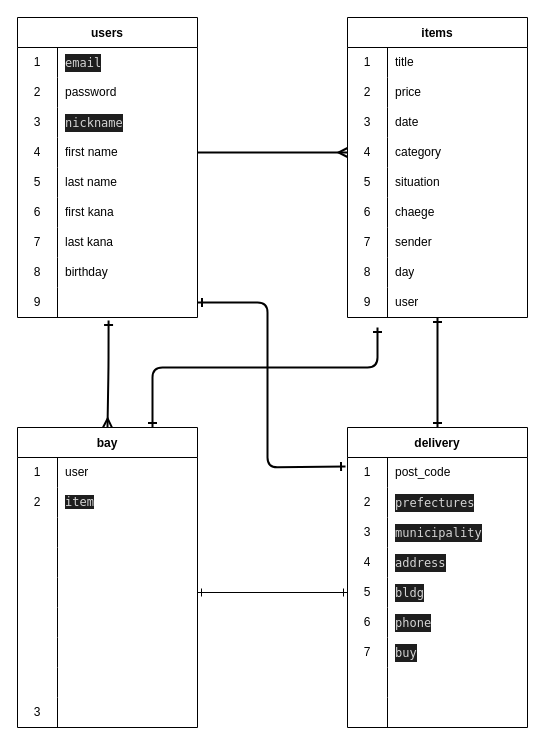
Earlier version of the draw.io diagram datebase.dio (kaito-2327/furima-39234). Source tidied: cells renumbered, new cells numbered last; positions are measured from the earlier drawing's top-left corner, leaving out a move shared by most shapes. Both pictures are drawn from the tidied source at 100%, with x=0, y=0 at pixel (17, 17).
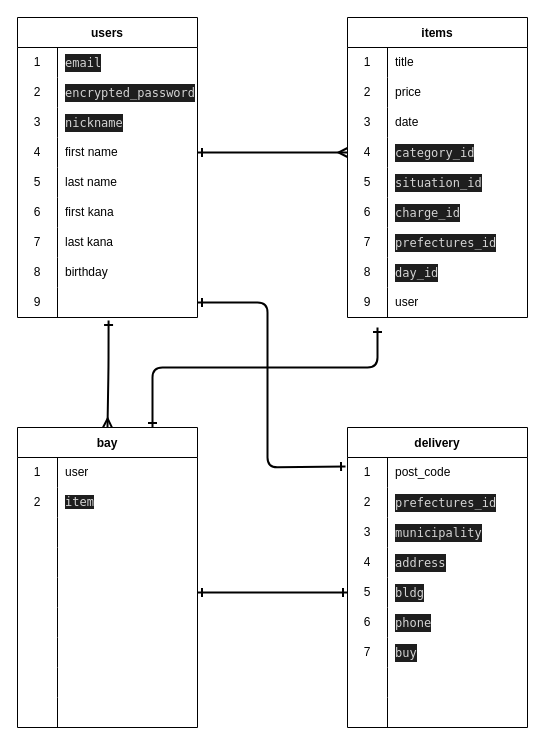
The same diagram, later.

Unchanged cells that the change refers to:
```xml
<mxCell id="6" style="shape=tableRow;horizontal=0;startSize=0;swimlaneHead=0;swimlaneBody=0;top=0;left=0;bottom=0;right=0;fillColor=none;" parent="2" vertex="1">
  <mxGeometry y="60" width="180" height="30" as="geometry" />
</mxCell>
<mxCell id="12" style="shape=tableRow;horizontal=0;startSize=0;swimlaneHead=0;swimlaneBody=0;top=0;left=0;bottom=0;right=0;fillColor=none;points=[[0,0.5],[1,0.5]];portConstraint=eastwest;" parent="2" vertex="1">
  <mxGeometry y="120" width="180" height="30" as="geometry" />
</mxCell>
<mxCell id="40" style="shape=tableRow;horizontal=0;startSize=0;swimlaneHead=0;swimlaneBody=0;top=0;left=0;bottom=0;right=0;fillColor=none;points=[[0,0.5],[1,0.5]];portConstraint=eastwest;" parent="30" vertex="1">
  <mxGeometry y="120" width="180" height="30" as="geometry" />
</mxCell>
<mxCell id="43" style="shape=tableRow;horizontal=0;startSize=0;swimlaneHead=0;swimlaneBody=0;top=0;left=0;bottom=0;right=0;fillColor=none;" parent="30" vertex="1">
  <mxGeometry y="150" width="180" height="30" as="geometry" />
</mxCell>
<mxCell id="46" style="shape=tableRow;horizontal=0;startSize=0;swimlaneHead=0;swimlaneBody=0;top=0;left=0;bottom=0;right=0;fillColor=none;" parent="30" vertex="1">
  <mxGeometry y="180" width="180" height="30" as="geometry" />
</mxCell>
<mxCell id="49" style="shape=tableRow;horizontal=0;startSize=0;swimlaneHead=0;swimlaneBody=0;top=0;left=0;bottom=0;right=0;fillColor=none;" parent="30" vertex="1">
  <mxGeometry y="210" width="180" height="30" as="geometry" />
</mxCell>
<mxCell id="52" style="shape=tableRow;horizontal=0;startSize=0;swimlaneHead=0;swimlaneBody=0;top=0;left=0;bottom=0;right=0;fillColor=none;" parent="30" vertex="1">
  <mxGeometry y="240" width="180" height="30" as="geometry" />
</mxCell>
<mxCell id="55" style="shape=tableRow;horizontal=0;startSize=0;swimlaneHead=0;swimlaneBody=0;top=0;left=0;bottom=0;right=0;fillColor=none;points=[[0,0.5],[1,0.5]];portConstraint=eastwest;" parent="30" vertex="1">
  <mxGeometry y="270" width="180" height="30" as="geometry" />
</mxCell>
<mxCell id="73" style="shape=tableRow;horizontal=0;startSize=0;swimlaneHead=0;swimlaneBody=0;top=0;left=0;bottom=0;right=0;fillColor=none;points=[[0,0.5],[1,0.5]];portConstraint=eastwest;" parent="60" vertex="1">
  <mxGeometry y="150" width="180" height="30" as="geometry" />
</mxCell>
<mxCell id="85" style="shape=tableRow;horizontal=0;startSize=0;swimlaneHead=0;swimlaneBody=0;top=0;left=0;bottom=0;right=0;fillColor=none;" parent="60" vertex="1">
  <mxGeometry y="270" width="180" height="30" as="geometry" />
</mxCell>
<mxCell id="89" value="delivery" style="shape=table;startSize=30;childLayout=tableLayout;rowLines=0;fontStyle=1;" parent="1" vertex="1">
  <mxGeometry x="330" y="410" width="180" height="300" as="geometry" />
</mxCell>
<mxCell id="93" style="shape=tableRow;horizontal=0;startSize=0;swimlaneHead=0;swimlaneBody=0;top=0;left=0;bottom=0;right=0;fillColor=none;" parent="89" vertex="1">
  <mxGeometry y="60" width="180" height="30" as="geometry" />
</mxCell>
<mxCell id="102" style="shape=tableRow;horizontal=0;startSize=0;swimlaneHead=0;swimlaneBody=0;top=0;left=0;bottom=0;right=0;fillColor=none;points=[[0,0.5],[1,0.5]];portConstraint=eastwest;" parent="89" vertex="1">
  <mxGeometry y="150" width="180" height="30" as="geometry" />
</mxCell>
```

Change to the diagram source:
```diff
@@
-    <mxCell id="8" value="password&lt;span style=&quot;white-space: pre;&quot;&gt;&#9;&lt;/span&gt;" style="shape=partialRectangle;html=1;whiteSpace=wrap;fillColor=none;top=0;left=0;bottom=0;right=0;align=left;spacingLeft=6;overflow=hidden;" parent="6" vertex="1">
+    <mxCell id="8" value="&lt;div style=&quot;color: rgb(212, 212, 212); background-color: rgb(30, 30, 30); font-family: Menlo, Monaco, &amp;quot;Courier New&amp;quot;, monospace; line-height: 18px;&quot;&gt;encrypted_password&lt;/div&gt;" style="shape=partialRectangle;html=1;whiteSpace=wrap;fillColor=none;top=0;left=0;bottom=0;right=0;align=left;spacingLeft=6;overflow=hidden;" parent="6" vertex="1">
       <mxGeometry x="40" width="140" height="30" as="geometry" />
     </mxCell>
@@
-    <mxCell id="42" value="category" style="shape=partialRectangle;html=1;whiteSpace=wrap;fillColor=none;top=0;left=0;bottom=0;right=0;align=left;spacingLeft=6;overflow=hidden;" parent="40" vertex="1">
+    <mxCell id="42" value="&lt;div style=&quot;color: rgb(212, 212, 212); background-color: rgb(30, 30, 30); font-family: Menlo, Monaco, &amp;quot;Courier New&amp;quot;, monospace; line-height: 18px;&quot;&gt;category_id&lt;/div&gt;" style="shape=partialRectangle;html=1;whiteSpace=wrap;fillColor=none;top=0;left=0;bottom=0;right=0;align=left;spacingLeft=6;overflow=hidden;" parent="40" vertex="1">
       <mxGeometry x="40" width="140" height="30" as="geometry" />
     </mxCell>
@@
-    <mxCell id="45" value="situation" style="shape=partialRectangle;html=1;whiteSpace=wrap;fillColor=none;top=0;left=0;bottom=0;right=0;align=left;spacingLeft=6;overflow=hidden;" parent="43" vertex="1">
+    <mxCell id="45" value="&lt;div style=&quot;color: rgb(212, 212, 212); background-color: rgb(30, 30, 30); font-family: Menlo, Monaco, &amp;quot;Courier New&amp;quot;, monospace; line-height: 18px;&quot;&gt;situation_id&lt;/div&gt;" style="shape=partialRectangle;html=1;whiteSpace=wrap;fillColor=none;top=0;left=0;bottom=0;right=0;align=left;spacingLeft=6;overflow=hidden;" parent="43" vertex="1">
       <mxGeometry x="40" width="140" height="30" as="geometry" />
     </mxCell>
@@
-    <mxCell id="48" value="chaege" style="shape=partialRectangle;html=1;whiteSpace=wrap;fillColor=none;top=0;left=0;bottom=0;right=0;align=left;spacingLeft=6;overflow=hidden;" parent="46" vertex="1">
+    <mxCell id="48" value="&lt;div style=&quot;color: rgb(212, 212, 212); background-color: rgb(30, 30, 30); font-family: Menlo, Monaco, &amp;quot;Courier New&amp;quot;, monospace; line-height: 18px;&quot;&gt;charge_id&lt;/div&gt;" style="shape=partialRectangle;html=1;whiteSpace=wrap;fillColor=none;top=0;left=0;bottom=0;right=0;align=left;spacingLeft=6;overflow=hidden;" parent="46" vertex="1">
       <mxGeometry x="40" width="140" height="30" as="geometry" />
     </mxCell>
@@
-    <mxCell id="51" value="sender" style="shape=partialRectangle;html=1;whiteSpace=wrap;fillColor=none;top=0;left=0;bottom=0;right=0;align=left;spacingLeft=6;overflow=hidden;" parent="49" vertex="1">
+    <mxCell id="51" value="&lt;div style=&quot;color: rgb(212, 212, 212); background-color: rgb(30, 30, 30); font-family: Menlo, Monaco, &amp;quot;Courier New&amp;quot;, monospace; line-height: 18px;&quot;&gt;prefectures_id&lt;/div&gt;" style="shape=partialRectangle;html=1;whiteSpace=wrap;fillColor=none;top=0;left=0;bottom=0;right=0;align=left;spacingLeft=6;overflow=hidden;" parent="49" vertex="1">
       <mxGeometry x="40" width="140" height="30" as="geometry" />
     </mxCell>
@@
-    <mxCell id="54" value="day" style="shape=partialRectangle;html=1;whiteSpace=wrap;fillColor=none;top=0;left=0;bottom=0;right=0;align=left;spacingLeft=6;overflow=hidden;" parent="52" vertex="1">
+    <mxCell id="54" value="&lt;div style=&quot;color: rgb(212, 212, 212); background-color: rgb(30, 30, 30); font-family: Menlo, Monaco, &amp;quot;Courier New&amp;quot;, monospace; line-height: 18px;&quot;&gt;day_id&lt;/div&gt;" style="shape=partialRectangle;html=1;whiteSpace=wrap;fillColor=none;top=0;left=0;bottom=0;right=0;align=left;spacingLeft=6;overflow=hidden;" parent="52" vertex="1">
       <mxGeometry x="40" width="140" height="30" as="geometry" />
     </mxCell>
@@
-    <mxCell id="86" value="3" style="shape=partialRectangle;html=1;whiteSpace=wrap;fillColor=none;top=0;left=0;bottom=0;right=0;overflow=hidden;" parent="85" vertex="1">
+    <mxCell id="86" style="shape=partialRectangle;html=1;whiteSpace=wrap;fillColor=none;top=0;left=0;bottom=0;right=0;overflow=hidden;" parent="85" vertex="1">
       <mxGeometry width="40" height="30" as="geometry" />
     </mxCell>
@@
-    <mxCell id="88" style="edgeStyle=none;html=1;exitX=0.5;exitY=0;exitDx=0;exitDy=0;entryX=0.5;entryY=1;entryDx=0;entryDy=0;entryPerimeter=0;strokeWidth=2;startArrow=ERone;startFill=0;endArrow=ERone;endFill=0;" parent="1" edge="1" source="89" target="55">
-      <mxGeometry relative="1" as="geometry" />
-    </mxCell>
@@
-    <mxCell id="95" value="&lt;div style=&quot;color: rgb(212, 212, 212); background-color: rgb(30, 30, 30); font-family: Menlo, Monaco, &amp;quot;Courier New&amp;quot;, monospace; line-height: 18px;&quot;&gt;prefectures&lt;/div&gt;" style="shape=partialRectangle;html=1;whiteSpace=wrap;fillColor=none;top=0;left=0;bottom=0;right=0;align=left;spacingLeft=6;overflow=hidden;" parent="93" vertex="1">
+    <mxCell id="95" value="&lt;div style=&quot;color: rgb(212, 212, 212); background-color: rgb(30, 30, 30); font-family: Menlo, Monaco, &amp;quot;Courier New&amp;quot;, monospace; line-height: 18px;&quot;&gt;&lt;div style=&quot;line-height: 18px;&quot;&gt;prefectures_id&lt;/div&gt;&lt;/div&gt;" style="shape=partialRectangle;html=1;whiteSpace=wrap;fillColor=none;top=0;left=0;bottom=0;right=0;align=left;spacingLeft=6;overflow=hidden;" parent="93" vertex="1">
       <mxGeometry x="40" width="140" height="30" as="geometry" />
     </mxCell>
@@
-    <mxCell id="117" style="edgeStyle=none;html=1;exitX=1;exitY=0.5;exitDx=0;exitDy=0;entryX=0;entryY=0.5;entryDx=0;entryDy=0;endArrow=ERmany;endFill=0;strokeWidth=2;" parent="1" edge="1" source="12" target="40">
+    <mxCell id="117" style="edgeStyle=none;html=1;exitX=1;exitY=0.5;exitDx=0;exitDy=0;entryX=0;entryY=0.5;entryDx=0;entryDy=0;endArrow=ERmany;endFill=0;strokeWidth=2;startArrow=ERone;startFill=0;" parent="1" edge="1" source="12" target="40">
       <mxGeometry relative="1" as="geometry" />
     </mxCell>
-    <mxCell id="118" style="edgeStyle=none;html=1;exitX=1;exitY=0.5;exitDx=0;exitDy=0;entryX=0;entryY=0.5;entryDx=0;entryDy=0;startArrow=ERone;startFill=0;endArrow=ERone;endFill=0;" parent="1" edge="1" source="73" target="102">
+    <mxCell id="118" style="edgeStyle=none;html=1;exitX=1;exitY=0.5;exitDx=0;exitDy=0;entryX=0;entryY=0.5;entryDx=0;entryDy=0;startArrow=ERone;startFill=0;endArrow=ERone;endFill=0;strokeWidth=2;" parent="1" edge="1" source="73" target="102">
       <mxGeometry relative="1" as="geometry" />
     </mxCell>
```
